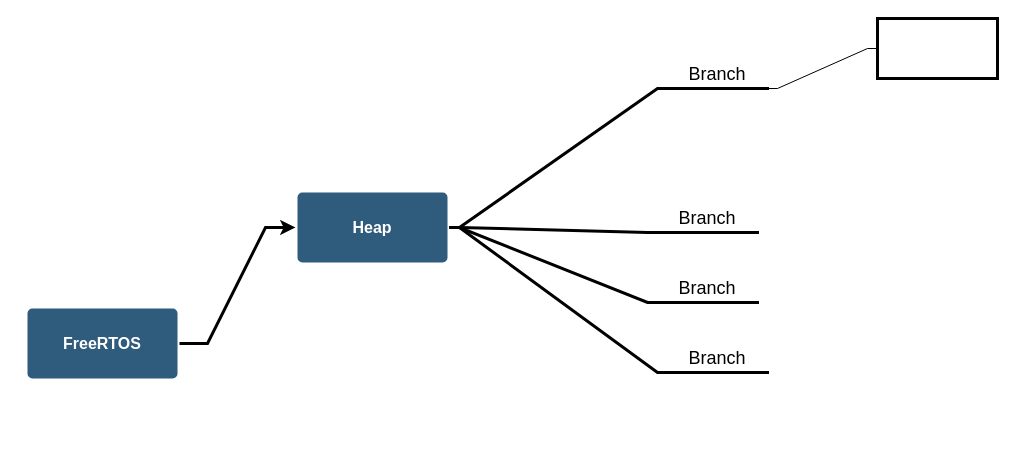
This is FreeRTOS.drawio from luolaihua/big-big-offer, a draw.io file, before an edit. Source tidied: cells renumbered, new cells numbered last; positions are measured from the earlier drawing's top-left corner, leaving out a move shared by most shapes. Both pictures are drawn from the tidied source at 100%, with x=0, y=0 at pixel (27, 18).
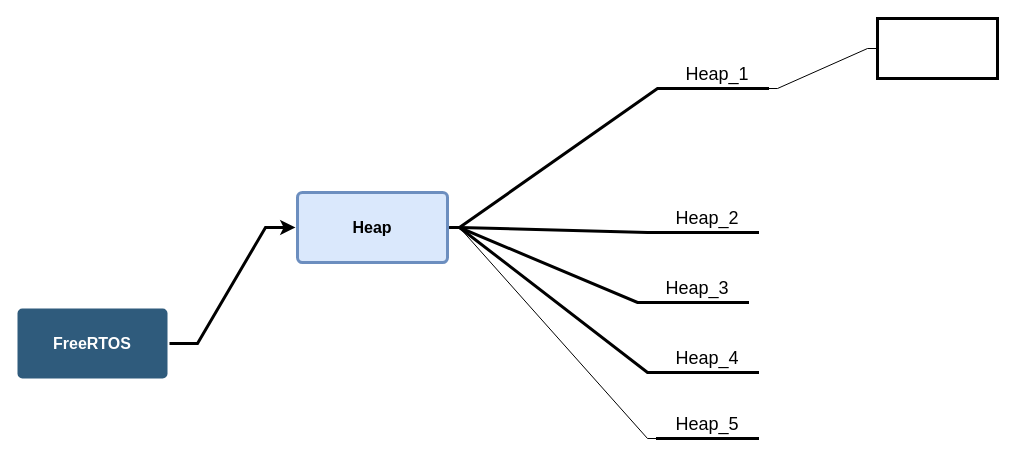
Above is the later version.

What changed in the source:
```diff
@@
 <mxGraphModel>
   <root>
     <mxCell id="0" />
     <mxCell id="1" parent="0" />
     <mxCell id="2" style="rounded=0;jettySize=auto;html=1;entryX=0;entryY=0.5;entryDx=0;entryDy=0;edgeStyle=entityRelationEdgeStyle;strokeWidth=3;" parent="1" edge="1" source="3" target="13">
       <mxGeometry relative="1" as="geometry" />
     </mxCell>
     <mxCell id="3" value="FreeRTOS" style="rounded=1;whiteSpace=wrap;html=1;shadow=0;labelBackgroundColor=none;strokeColor=none;strokeWidth=3;fillColor=#2F5B7C;fontFamily=Helvetica;fontSize=16;fontColor=#FFFFFF;align=center;fontStyle=1;spacing=5;arcSize=7;perimeterSpacing=2;" parent="1" vertex="1">
-      <mxGeometry y="290" width="150" height="70" as="geometry" />
+      <mxGeometry x="-10" y="290" width="150" height="70" as="geometry" />
     </mxCell>
     <mxCell id="4" style="edgeStyle=entityRelationEdgeStyle;rounded=0;jettySize=auto;html=1;startArrow=none;endArrow=none;segment=10;sourcePerimeterSpacing=0;targetPerimeterSpacing=0;strokeWidth=3;exitX=1;exitY=0.5;exitDx=0;exitDy=0;" parent="1" edge="1" source="13" target="7">
       <mxGeometry relative="1" as="geometry" />
     </mxCell>
     <mxCell id="5" style="edgeStyle=entityRelationEdgeStyle;rounded=0;jettySize=auto;html=1;startArrow=none;endArrow=none;segment=10;sourcePerimeterSpacing=0;targetPerimeterSpacing=0;exitX=1;exitY=0.5;exitDx=0;exitDy=0;strokeWidth=3;" parent="1" edge="1" source="13" target="8">
       <mxGeometry relative="1" as="geometry" />
     </mxCell>
     <mxCell id="6" style="edgeStyle=entityRelationEdgeStyle;rounded=0;jettySize=auto;html=1;startArrow=none;endArrow=none;segment=10;sourcePerimeterSpacing=0;targetPerimeterSpacing=0;" parent="1" edge="1" source="7" target="14">
       <mxGeometry relative="1" as="geometry" />
     </mxCell>
-    <mxCell id="7" value="Branch" style="whiteSpace=wrap;html=1;shape=partialRectangle;top=0;left=0;bottom=1;right=0;points=[[0,1],[1,1]];fillColor=none;align=center;verticalAlign=bottom;routingCenterY=0.5;snapToPoint=1;newEdgeStyle={&quot;edgeStyle&quot;:&quot;entityRelationEdgeStyle&quot;,&quot;startArrow&quot;:&quot;none&quot;,&quot;endArrow&quot;:&quot;none&quot;,&quot;segment&quot;:10,&quot;curved&quot;:1,&quot;sourcePerimeterSpacing&quot;:0,&quot;targetPerimeterSpacing&quot;:0};strokeWidth=3;fontSize=18;" parent="1" vertex="1">
+    <mxCell id="7" value="Heap_1" style="whiteSpace=wrap;html=1;shape=partialRectangle;top=0;left=0;bottom=1;right=0;points=[[0,1],[1,1]];fillColor=none;align=center;verticalAlign=bottom;routingCenterY=0.5;snapToPoint=1;newEdgeStyle={&quot;edgeStyle&quot;:&quot;entityRelationEdgeStyle&quot;,&quot;startArrow&quot;:&quot;none&quot;,&quot;endArrow&quot;:&quot;none&quot;,&quot;segment&quot;:10,&quot;curved&quot;:1,&quot;sourcePerimeterSpacing&quot;:0,&quot;targetPerimeterSpacing&quot;:0};strokeWidth=3;fontSize=18;" parent="1" vertex="1">
       <mxGeometry x="640" y="30" width="100" height="40" as="geometry" />
     </mxCell>
-    <mxCell id="8" value="Branch" style="whiteSpace=wrap;html=1;shape=partialRectangle;top=0;left=0;bottom=1;right=0;points=[[0,1],[1,1]];fillColor=none;align=center;verticalAlign=bottom;routingCenterY=0.5;snapToPoint=1;newEdgeStyle={&quot;edgeStyle&quot;:&quot;entityRelationEdgeStyle&quot;,&quot;startArrow&quot;:&quot;none&quot;,&quot;endArrow&quot;:&quot;none&quot;,&quot;segment&quot;:10,&quot;curved&quot;:1,&quot;sourcePerimeterSpacing&quot;:0,&quot;targetPerimeterSpacing&quot;:0};strokeWidth=3;fontSize=18;" parent="1" vertex="1">
+    <mxCell id="8" value="Heap_2" style="whiteSpace=wrap;html=1;shape=partialRectangle;top=0;left=0;bottom=1;right=0;points=[[0,1],[1,1]];fillColor=none;align=center;verticalAlign=bottom;routingCenterY=0.5;snapToPoint=1;newEdgeStyle={&quot;edgeStyle&quot;:&quot;entityRelationEdgeStyle&quot;,&quot;startArrow&quot;:&quot;none&quot;,&quot;endArrow&quot;:&quot;none&quot;,&quot;segment&quot;:10,&quot;curved&quot;:1,&quot;sourcePerimeterSpacing&quot;:0,&quot;targetPerimeterSpacing&quot;:0};strokeWidth=3;fontSize=18;" parent="1" vertex="1">
       <mxGeometry x="630" y="174" width="100" height="40" as="geometry" />
     </mxCell>
     <mxCell id="9" style="edgeStyle=entityRelationEdgeStyle;rounded=0;jettySize=auto;html=1;startArrow=none;endArrow=none;segment=10;sourcePerimeterSpacing=0;targetPerimeterSpacing=0;exitX=0;exitY=1;exitDx=0;exitDy=0;entryX=1;entryY=0.5;entryDx=0;entryDy=0;strokeWidth=3;" parent="1" edge="1" source="10" target="13">
       <mxGeometry relative="1" as="geometry" />
     </mxCell>
-    <mxCell id="10" value="Branch" style="whiteSpace=wrap;html=1;shape=partialRectangle;top=0;left=0;bottom=1;right=0;points=[[0,1],[1,1]];fillColor=none;align=center;verticalAlign=bottom;routingCenterY=0.5;snapToPoint=1;newEdgeStyle={&quot;edgeStyle&quot;:&quot;entityRelationEdgeStyle&quot;,&quot;startArrow&quot;:&quot;none&quot;,&quot;endArrow&quot;:&quot;none&quot;,&quot;segment&quot;:10,&quot;curved&quot;:1,&quot;sourcePerimeterSpacing&quot;:0,&quot;targetPerimeterSpacing&quot;:0};strokeWidth=3;fontSize=18;" parent="1" vertex="1" collapsed="1">
-      <mxGeometry x="630" y="244" width="100" height="40" as="geometry" />
+    <mxCell id="10" value="Heap_3" style="whiteSpace=wrap;html=1;shape=partialRectangle;top=0;left=0;bottom=1;right=0;points=[[0,1],[1,1]];fillColor=none;align=center;verticalAlign=bottom;routingCenterY=0.5;snapToPoint=1;newEdgeStyle={&quot;edgeStyle&quot;:&quot;entityRelationEdgeStyle&quot;,&quot;startArrow&quot;:&quot;none&quot;,&quot;endArrow&quot;:&quot;none&quot;,&quot;segment&quot;:10,&quot;curved&quot;:1,&quot;sourcePerimeterSpacing&quot;:0,&quot;targetPerimeterSpacing&quot;:0};strokeWidth=3;fontSize=18;" parent="1" vertex="1" collapsed="1">
+      <mxGeometry x="620" y="244" width="100" height="40" as="geometry" />
     </mxCell>
     <mxCell id="11" style="edgeStyle=entityRelationEdgeStyle;rounded=0;jettySize=auto;html=1;startArrow=none;endArrow=none;segment=10;sourcePerimeterSpacing=0;targetPerimeterSpacing=0;exitX=0;exitY=1;exitDx=0;exitDy=0;entryX=1;entryY=0.5;entryDx=0;entryDy=0;strokeWidth=3;" parent="1" edge="1" source="12" target="13">
       <mxGeometry relative="1" as="geometry" />
     </mxCell>
-    <mxCell id="12" value="Branch" style="whiteSpace=wrap;html=1;shape=partialRectangle;top=0;left=0;bottom=1;right=0;points=[[0,1],[1,1]];fillColor=none;align=center;verticalAlign=bottom;routingCenterY=0.5;snapToPoint=1;newEdgeStyle={&quot;edgeStyle&quot;:&quot;entityRelationEdgeStyle&quot;,&quot;startArrow&quot;:&quot;none&quot;,&quot;endArrow&quot;:&quot;none&quot;,&quot;segment&quot;:10,&quot;curved&quot;:1,&quot;sourcePerimeterSpacing&quot;:0,&quot;targetPerimeterSpacing&quot;:0};strokeWidth=3;fontSize=18;" parent="1" vertex="1" collapsed="1">
-      <mxGeometry x="640" y="314" width="100" height="40" as="geometry" />
+    <mxCell id="12" value="Heap_4" style="whiteSpace=wrap;html=1;shape=partialRectangle;top=0;left=0;bottom=1;right=0;points=[[0,1],[1,1]];fillColor=none;align=center;verticalAlign=bottom;routingCenterY=0.5;snapToPoint=1;newEdgeStyle={&quot;edgeStyle&quot;:&quot;entityRelationEdgeStyle&quot;,&quot;startArrow&quot;:&quot;none&quot;,&quot;endArrow&quot;:&quot;none&quot;,&quot;segment&quot;:10,&quot;curved&quot;:1,&quot;sourcePerimeterSpacing&quot;:0,&quot;targetPerimeterSpacing&quot;:0};strokeWidth=3;fontSize=18;" parent="1" vertex="1" collapsed="1">
+      <mxGeometry x="630" y="314" width="100" height="40" as="geometry" />
     </mxCell>
+    <mxCell id="15" style="edgeStyle=entityRelationEdgeStyle;rounded=0;jettySize=auto;html=1;startArrow=none;endArrow=none;segment=10;sourcePerimeterSpacing=0;targetPerimeterSpacing=0;entryX=1;entryY=0.5;entryDx=0;entryDy=0;" parent="1" edge="1" source="16" target="13">
+      <mxGeometry relative="1" as="geometry" />
+    </mxCell>
+    <mxCell id="16" value="Heap_5" style="whiteSpace=wrap;html=1;shape=partialRectangle;top=0;left=0;bottom=1;right=0;points=[[0,1],[1,1]];fillColor=none;align=center;verticalAlign=bottom;routingCenterY=0.5;snapToPoint=1;newEdgeStyle={&quot;edgeStyle&quot;:&quot;entityRelationEdgeStyle&quot;,&quot;startArrow&quot;:&quot;none&quot;,&quot;endArrow&quot;:&quot;none&quot;,&quot;segment&quot;:10,&quot;curved&quot;:1,&quot;sourcePerimeterSpacing&quot;:0,&quot;targetPerimeterSpacing&quot;:0};strokeWidth=3;fontSize=18;" parent="1" vertex="1" collapsed="1">
+      <mxGeometry x="630" y="380" width="100" height="40" as="geometry" />
+    </mxCell>
-    <mxCell id="13" value="Heap" style="rounded=1;whiteSpace=wrap;html=1;shadow=0;labelBackgroundColor=none;strokeColor=none;strokeWidth=3;fillColor=#2F5B7C;fontFamily=Helvetica;fontSize=16;fontColor=#FFFFFF;align=center;fontStyle=1;spacing=5;arcSize=7;perimeterSpacing=2;" parent="1" vertex="1">
+    <mxCell id="13" value="Heap" style="rounded=1;whiteSpace=wrap;html=1;shadow=0;labelBackgroundColor=none;strokeColor=#6c8ebf;strokeWidth=3;fillColor=#dae8fc;fontFamily=Helvetica;fontSize=16;align=center;fontStyle=1;spacing=5;arcSize=7;perimeterSpacing=2;" parent="1" vertex="1">
       <mxGeometry x="270" y="174" width="150" height="70" as="geometry" />
     </mxCell>
     <mxCell id="14" style="whiteSpace=wrap;html=1;fontSize=18;verticalAlign=bottom;fillColor=none;strokeWidth=3;" parent="1" vertex="1">
       <mxGeometry x="850" width="120" height="60" as="geometry" />
     </mxCell>
   </root>
 </mxGraphModel>
```
